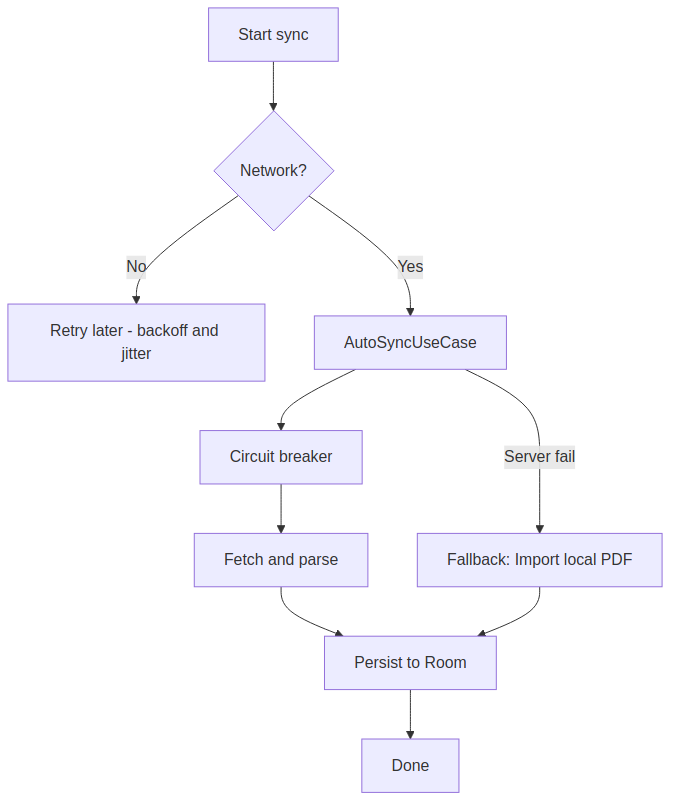
Above: images/diagrams/offline_first_sync.png in smith-3/Taller-Grado-II (Mermaid), before the change. Its source is kept beside it as images/diagrams/offline_first_sync.mmd.
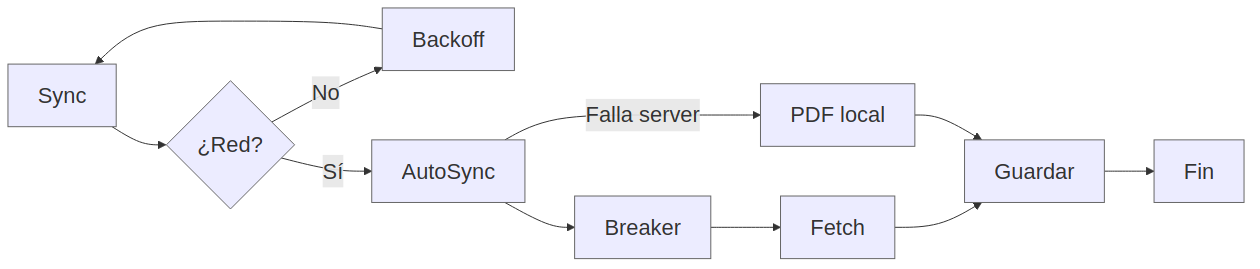
After the commit.

Diff of the diagram source:
```diff
@@ -1,10 +1,11 @@
-flowchart TD
-    S[Start sync] --> N{Network?}
-    N -->|No| R[Retry later - backoff and jitter]
-    N -->|Yes| A[AutoSyncUseCase]
-    A --> CB[Circuit breaker]
-    CB --> F[Fetch and parse]
-    F --> P[Persist to Room]
-    P --> D[Done]
-    A -->|Server fail| L[Fallback: Import local PDF]
+flowchart LR
+    S[Sync] --> N{¿Red?}
+    N -->|No| R[Backoff]
+    R --> S
+    N -->|Sí| A[AutoSync]
+    A --> CB[Breaker]
+    CB --> F[Fetch]
+    F --> P[Guardar]
+    P --> D[Fin]
+    A -->|Falla server| L[PDF local]
     L --> P
```
